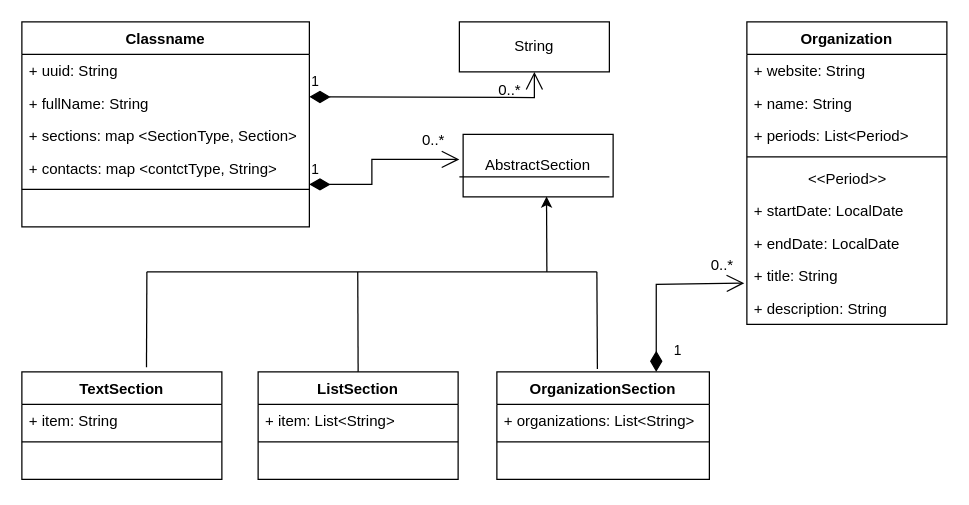
sergr972/basejava keeps this draw.io diagram as Resume.drawio. Above is the earlier version. Source tidied: cells renumbered, new cells numbered last; positions are measured from the earlier drawing's top-left corner, leaving out a move shared by most shapes. Both pictures are drawn from the tidied source at 125%, with x=0, y=0 at pixel (21, 21).
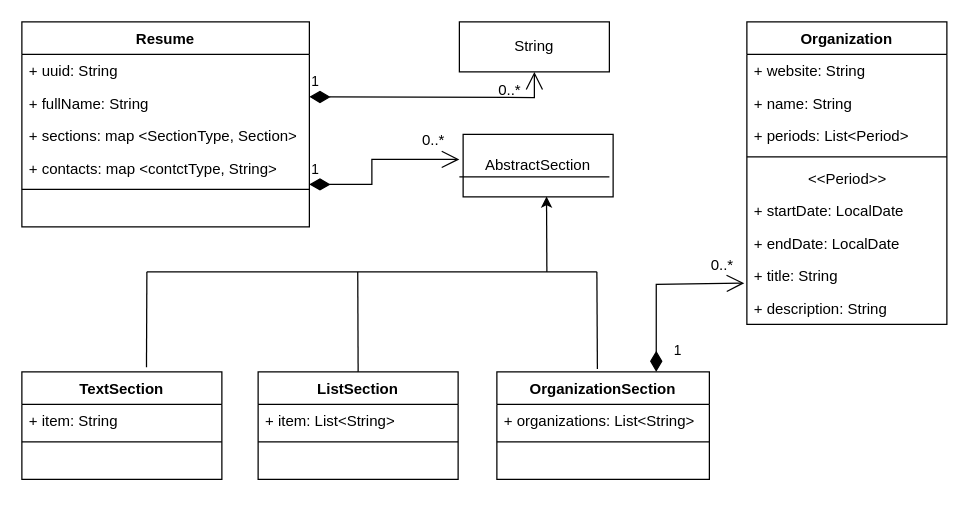
After the change.

What changed in the source:
```diff
@@
-    <mxCell id="2" value="Classname" style="swimlane;fontStyle=1;align=center;verticalAlign=top;horizontal=1;startSize=26;" parent="1" vertex="1">
+    <mxCell id="2" value="Resume" style="swimlane;fontStyle=1;align=center;verticalAlign=top;horizontal=1;startSize=26;" parent="1" vertex="1">
       <mxGeometry width="230" height="164" as="geometry" />
     </mxCell>
```
